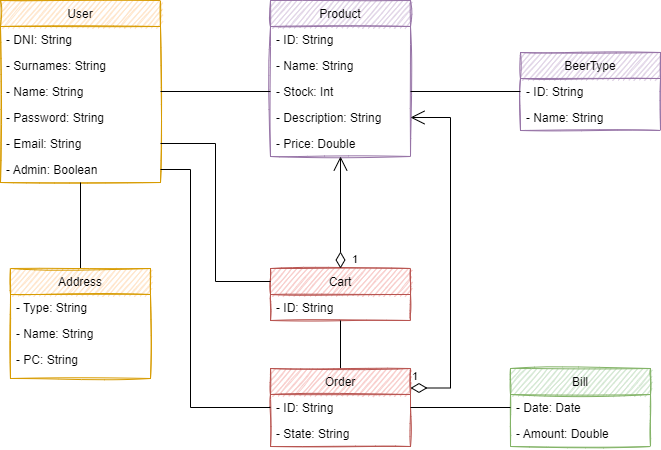
The draw.io diagram _documentacion/DiagramaClases.png in JosueGarciaAsensi/DSS, before a commit. Source tidied: cells renumbered, new cells last; positions are measured from the earlier drawing's top-left corner, leaving out a move shared by most shapes.
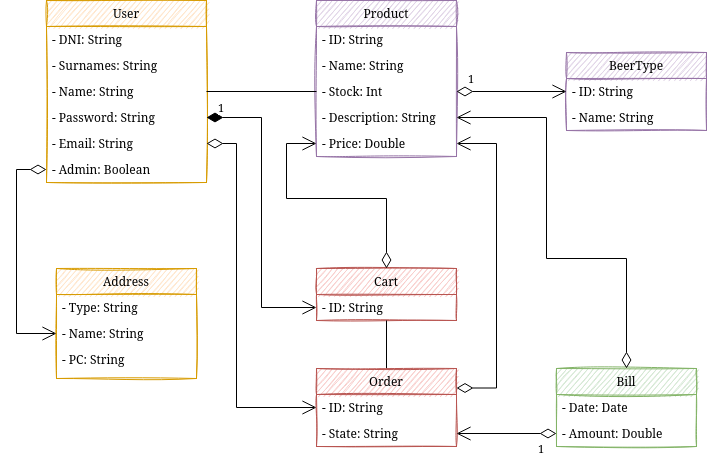
Above is the later version.

Diff of the diagram source:
```diff
@@ -23,9 +23,6 @@
     <mxCell id="8" value="- Admin: Boolean" style="text;align=left;verticalAlign=top;spacingLeft=4;spacingRight=4;overflow=hidden;points=[[0,0.5],[1,0.5]];portConstraint=eastwest;rounded=0;shadow=0;html=0;" parent="2" vertex="1">
       <mxGeometry y="156" width="160" height="26" as="geometry" />
     </mxCell>
-    <mxCell id="9" style="edgeStyle=orthogonalEdgeStyle;rounded=0;jettySize=auto;html=1;exitX=0.5;exitY=0;exitDx=0;exitDy=0;endArrow=none;endFill=0;" parent="1" edge="1" source="10" target="2">
-      <mxGeometry relative="1" as="geometry" />
-    </mxCell>
     <mxCell id="10" value="Address" style="swimlane;fontStyle=0;horizontal=1;startSize=26;fillColor=#ffe6cc;strokeColor=#d79b00;sketch=1;" parent="1" vertex="1">
       <mxGeometry x="10" y="268" width="140" height="110" as="geometry" />
     </mxCell>
@@ -95,33 +92,57 @@
     <mxCell id="32" style="edgeStyle=orthogonalEdgeStyle;rounded=0;jettySize=auto;html=1;exitX=1;exitY=0.5;exitDx=0;exitDy=0;entryX=0;entryY=0.5;entryDx=0;entryDy=0;endArrow=none;endFill=0;" parent="1" edge="1" source="5" target="17">
       <mxGeometry relative="1" as="geometry" />
     </mxCell>
+    <mxCell id="38" style="endArrow=open;html=1;endSize=12;startArrow=diamondThin;startSize=14;startFill=0;edgeStyle=orthogonalEdgeStyle;align=left;verticalAlign=bottom;rounded=0;exitX=1;exitY=0.25;exitDx=0;exitDy=0;entryX=1;entryY=0.5;entryDx=0;entryDy=0;" parent="1" edge="1" source="26" target="19">
+      <mxGeometry x="-0.94" y="30" relative="1" as="geometry">
+        <Array as="points">
+          <mxPoint x="450" y="388" />
+          <mxPoint x="450" y="143" />
+        </Array>
+        <mxPoint y="1" as="offset" />
+      </mxGeometry>
+    </mxCell>
+    <mxCell id="39" value="1" style="endArrow=open;html=1;endSize=12;startArrow=diamondThin;startSize=14;startFill=1;edgeStyle=orthogonalEdgeStyle;align=left;verticalAlign=bottom;rounded=0;exitX=1;exitY=0.5;exitDx=0;exitDy=0;" parent="1" edge="1" source="6" target="24">
+      <mxGeometry x="-0.93" relative="1" as="geometry" />
+    </mxCell>
+    <mxCell id="40" value="1" style="endArrow=open;html=1;endSize=12;startArrow=diamondThin;startSize=14;startFill=0;edgeStyle=orthogonalEdgeStyle;align=left;verticalAlign=bottom;rounded=0;exitX=0;exitY=0.5;exitDx=0;exitDy=0;entryX=1;entryY=0.5;entryDx=0;entryDy=0;" parent="1" edge="1" source="31" target="28">
+      <mxGeometry x="-0.6" y="25" relative="1" as="geometry" />
+    </mxCell>
-    <mxCell id="33" style="edgeStyle=orthogonalEdgeStyle;rounded=0;jettySize=auto;html=1;exitX=1;exitY=0.5;exitDx=0;exitDy=0;endArrow=none;endFill=0;entryX=0;entryY=0.5;entryDx=0;entryDy=0;" parent="1" edge="1" source="17" target="21">
-      <mxGeometry relative="1" as="geometry" />
+    <mxCell id="33" value="1" style="endArrow=open;html=1;endSize=12;startArrow=diamondThin;startSize=14;startFill=0;edgeStyle=orthogonalEdgeStyle;align=left;verticalAlign=bottom;rounded=0;exitX=1;exitY=0.5;exitDx=0;exitDy=0;entryX=0;entryY=0.5;entryDx=0;entryDy=0;" parent="1" edge="1" source="17" target="21">
+      <mxGeometry x="-0.82" y="3" relative="1" as="geometry" />
     </mxCell>
-    <mxCell id="34" value="1" style="endArrow=open;html=1;endSize=12;startArrow=diamondThin;startSize=14;startFill=0;edgeStyle=orthogonalEdgeStyle;align=left;verticalAlign=bottom;rounded=0;exitX=0.5;exitY=0;exitDx=0;exitDy=0;" parent="1" edge="1" source="23" target="14">
-      <mxGeometry x="-1" y="-10" relative="1" as="geometry" />
-    </mxCell>
-    <mxCell id="35" style="edgeStyle=orthogonalEdgeStyle;rounded=0;jettySize=auto;html=1;exitX=1;exitY=0.5;exitDx=0;exitDy=0;entryX=0;entryY=0.5;entryDx=0;entryDy=0;endArrow=none;endFill=0;" parent="1" edge="1" source="27" target="30">
-      <mxGeometry relative="1" as="geometry" />
-    </mxCell>
-    <mxCell id="36" style="edgeStyle=orthogonalEdgeStyle;rounded=0;jettySize=auto;html=1;exitX=1;exitY=0.5;exitDx=0;exitDy=0;entryX=0;entryY=0.25;entryDx=0;entryDy=0;endArrow=none;endFill=0;" parent="1" edge="1" source="7" target="23">
-      <mxGeometry relative="1" as="geometry" />
-    </mxCell>
-    <mxCell id="37" style="edgeStyle=orthogonalEdgeStyle;rounded=0;jettySize=auto;html=1;exitX=1;exitY=0.5;exitDx=0;exitDy=0;entryX=0;entryY=0.5;entryDx=0;entryDy=0;endArrow=none;endFill=0;" parent="1" edge="1" source="8" target="27">
-      <mxGeometry relative="1" as="geometry">
-        <Array as="points">
-          <mxPoint x="190" y="169" />
-          <mxPoint x="190" y="407" />
-        </Array>
-      </mxGeometry>
-    </mxCell>
-    <mxCell id="38" value="1" style="endArrow=open;html=1;endSize=12;startArrow=diamondThin;startSize=14;startFill=0;edgeStyle=orthogonalEdgeStyle;align=left;verticalAlign=bottom;rounded=0;exitX=1;exitY=0.25;exitDx=0;exitDy=0;entryX=1;entryY=0.5;entryDx=0;entryDy=0;" parent="1" edge="1" source="26" target="18">
-      <mxGeometry x="-1" y="3" relative="1" as="geometry">
-        <Array as="points">
-          <mxPoint x="450" y="388" />
-          <mxPoint x="450" y="117" />
-        </Array>
-      </mxGeometry>
-    </mxCell>
+    <mxCell id="41" style="endArrow=open;html=1;endSize=12;startArrow=diamondThin;startSize=14;startFill=0;edgeStyle=orthogonalEdgeStyle;align=left;verticalAlign=bottom;rounded=0;exitX=1;exitY=0.5;exitDx=0;exitDy=0;entryX=0;entryY=0.5;entryDx=0;entryDy=0;" parent="1" edge="1" source="7" target="27">
+      <mxGeometry x="-0.71" y="-20" relative="1" as="geometry">
+        <Array as="points">
+          <mxPoint x="190" y="143" />
+          <mxPoint x="190" y="407" />
+        </Array>
+      </mxGeometry>
+    </mxCell>
+    <mxCell id="42" style="endArrow=open;html=1;endSize=12;startArrow=diamondThin;startSize=14;startFill=0;edgeStyle=orthogonalEdgeStyle;align=left;verticalAlign=bottom;rounded=0;exitX=0;exitY=0.5;exitDx=0;exitDy=0;entryX=0;entryY=0.5;entryDx=0;entryDy=0;" parent="1" edge="1" source="8" target="12">
+      <mxGeometry x="-0.74" y="-10" relative="1" as="geometry">
+        <Array as="points">
+          <mxPoint x="-30" y="169" />
+          <mxPoint x="-30" y="333" />
+        </Array>
+      </mxGeometry>
+    </mxCell>
+    <mxCell id="43" style="endArrow=open;html=1;endSize=12;startArrow=diamondThin;startSize=14;startFill=0;edgeStyle=orthogonalEdgeStyle;align=left;verticalAlign=bottom;rounded=0;exitX=0.5;exitY=0;exitDx=0;exitDy=0;entryX=1;entryY=0.5;entryDx=0;entryDy=0;" parent="1" edge="1" source="29" target="18">
+      <mxGeometry x="-1" y="-10" relative="1" as="geometry">
+        <Array as="points">
+          <mxPoint x="580" y="258" />
+          <mxPoint x="500" y="258" />
+          <mxPoint x="500" y="117" />
+        </Array>
+      </mxGeometry>
+    </mxCell>
+    <mxCell id="44" style="endArrow=open;html=1;endSize=12;startArrow=diamondThin;startSize=14;startFill=0;edgeStyle=orthogonalEdgeStyle;align=left;verticalAlign=bottom;rounded=0;exitX=0.5;exitY=0;exitDx=0;exitDy=0;entryX=0;entryY=0.5;entryDx=0;entryDy=0;" parent="1" edge="1" source="23" target="19">
+      <mxGeometry x="-0.78" y="-20" relative="1" as="geometry">
+        <Array as="points">
+          <mxPoint x="340" y="198" />
+          <mxPoint x="240" y="198" />
+          <mxPoint x="240" y="143" />
+        </Array>
+      </mxGeometry>
+    </mxCell>
   </root>
 </mxGraphModel>
```
